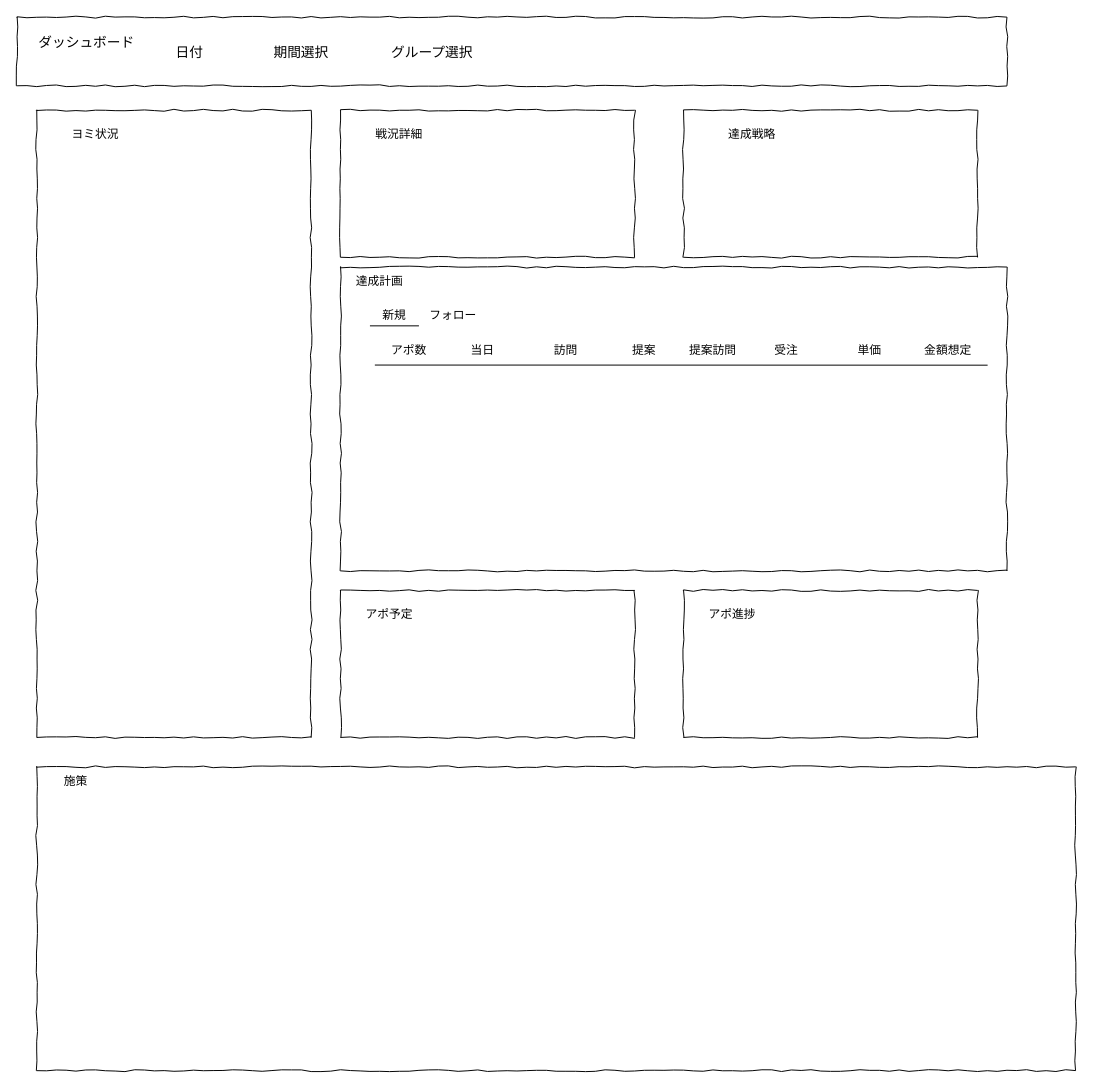
Above: doc/名称未設定ファイル.drawio in KazuoMiya/meigen (draw.io), before the change. Source tidied: cells renumbered, new cells numbered last; positions are measured from the earlier drawing's top-left corner, leaving out a move shared by most shapes. Both pictures are drawn from the tidied source at 98%, with x=0, y=0 at pixel (17, 17).
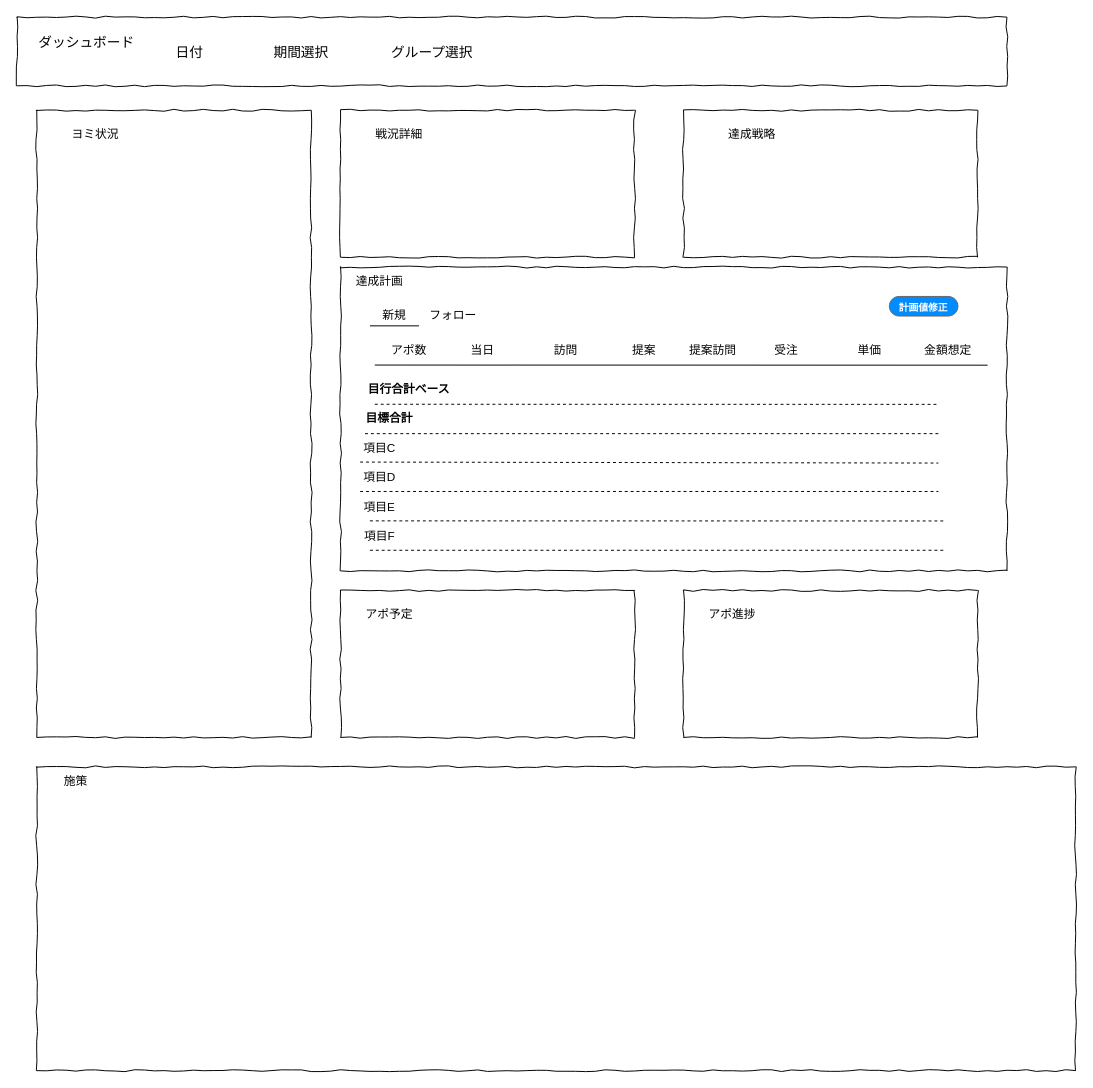
The same page after the edit.

Commit message:
名称未設定ファイル.drawio を更新します

The change refers to these unchanged cells:
```xml
<mxCell id="10" style="whiteSpace=wrap;html=1;rounded=0;shadow=0;labelBackgroundColor=none;strokeWidth=1;fillColor=none;fontFamily=Verdana;fontSize=12;align=center;comic=1;" parent="1" vertex="1">
  <mxGeometry x="330" y="255" width="680" height="310" as="geometry" />
</mxCell>
```

What changed in the source:
```diff
@@
+    <mxCell id="33" value="&lt;b&gt;目行合計ベース&lt;/b&gt;" style="text;html=1;strokeColor=none;fillColor=none;align=center;verticalAlign=middle;whiteSpace=wrap;rounded=0;" parent="1" vertex="1">
+      <mxGeometry x="350" y="365" width="100" height="30" as="geometry" />
+    </mxCell>
+    <mxCell id="34" value="&lt;b&gt;目標合計&lt;/b&gt;" style="text;html=1;strokeColor=none;fillColor=none;align=center;verticalAlign=middle;whiteSpace=wrap;rounded=0;" parent="1" vertex="1">
+      <mxGeometry x="350" y="395" width="60" height="30" as="geometry" />
+    </mxCell>
+    <mxCell id="35" value="項目C" style="text;html=1;strokeColor=none;fillColor=none;align=center;verticalAlign=middle;whiteSpace=wrap;rounded=0;" parent="1" vertex="1">
+      <mxGeometry x="340" y="425" width="60" height="30" as="geometry" />
+    </mxCell>
+    <mxCell id="36" value="項目D" style="text;html=1;strokeColor=none;fillColor=none;align=center;verticalAlign=middle;whiteSpace=wrap;rounded=0;" parent="1" vertex="1">
+      <mxGeometry x="340" y="455" width="60" height="30" as="geometry" />
+    </mxCell>
+    <mxCell id="37" value="項目E" style="text;html=1;strokeColor=none;fillColor=none;align=center;verticalAlign=middle;whiteSpace=wrap;rounded=0;" parent="1" vertex="1">
+      <mxGeometry x="340" y="485" width="60" height="30" as="geometry" />
+    </mxCell>
+    <mxCell id="38" value="項目F" style="text;html=1;strokeColor=none;fillColor=none;align=center;verticalAlign=middle;whiteSpace=wrap;rounded=0;" parent="1" vertex="1">
+      <mxGeometry x="340" y="515" width="60" height="30" as="geometry" />
+    </mxCell>
+    <mxCell id="39" style="endArrow=none;dashed=1;html=1;rounded=0;entryX=0.897;entryY=0.452;entryDx=0;entryDy=0;entryPerimeter=0;exitX=0.25;exitY=0;exitDx=0;exitDy=0;" parent="1" edge="1" source="34" target="10">
+      <mxGeometry relative="1" as="geometry" />
+    </mxCell>
+    <mxCell id="40" style="endArrow=none;dashed=1;html=1;rounded=0;exitX=0.25;exitY=0;exitDx=0;exitDy=0;" parent="1" edge="1" source="35">
+      <mxGeometry relative="1" as="geometry">
+        <mxPoint x="940" y="425" as="targetPoint" />
+      </mxGeometry>
+    </mxCell>
+    <mxCell id="41" style="endArrow=none;dashed=1;html=1;rounded=0;exitX=0.25;exitY=0;exitDx=0;exitDy=0;" parent="1" edge="1">
+      <mxGeometry relative="1" as="geometry">
+        <mxPoint x="350" y="454" as="sourcePoint" />
+        <mxPoint x="940" y="455" as="targetPoint" />
+      </mxGeometry>
+    </mxCell>
+    <mxCell id="42" style="endArrow=none;dashed=1;html=1;rounded=0;exitX=0.25;exitY=0;exitDx=0;exitDy=0;" parent="1" edge="1">
+      <mxGeometry relative="1" as="geometry">
+        <mxPoint x="350" y="484" as="sourcePoint" />
+        <mxPoint x="940" y="484" as="targetPoint" />
+      </mxGeometry>
+    </mxCell>
+    <mxCell id="43" style="endArrow=none;dashed=1;html=1;rounded=0;entryX=0.897;entryY=0.452;entryDx=0;entryDy=0;entryPerimeter=0;exitX=0.25;exitY=0;exitDx=0;exitDy=0;" parent="1" edge="1">
+      <mxGeometry relative="1" as="geometry">
+        <mxPoint x="360" y="514" as="sourcePoint" />
+        <mxPoint x="945" y="514.1" as="targetPoint" />
+      </mxGeometry>
+    </mxCell>
+    <mxCell id="44" style="endArrow=none;dashed=1;html=1;rounded=0;exitX=0.25;exitY=0;exitDx=0;exitDy=0;" parent="1" edge="1">
+      <mxGeometry relative="1" as="geometry">
+        <mxPoint x="360" y="544" as="sourcePoint" />
+        <mxPoint x="945" y="544" as="targetPoint" />
+      </mxGeometry>
+    </mxCell>
+    <mxCell id="45" value="&lt;font style=&quot;font-size: 10px;&quot;&gt;計画値修正&lt;/font&gt;" style="strokeWidth=1;shadow=0;dashed=0;align=center;html=1;shape=mxgraph.mockup.buttons.button;strokeColor=#666666;fontColor=#ffffff;mainText=;buttonStyle=round;fontSize=17;fontStyle=1;fillColor=#008cff;whiteSpace=wrap;" parent="1" vertex="1">
+      <mxGeometry x="890" y="285" width="70" height="20" as="geometry" />
+    </mxCell>
```
